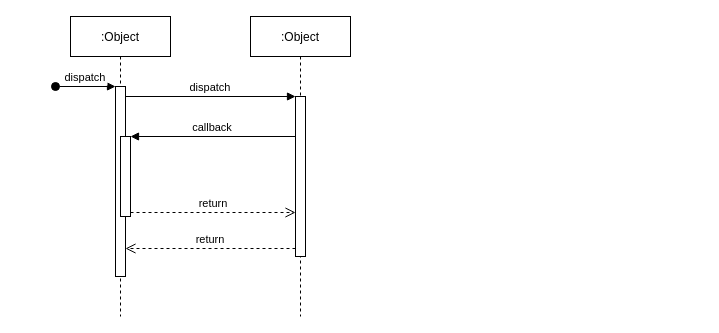
cnhnnyzhy/my-repository keeps this draw.io diagram as webnar-info.drawio. Above is the earlier version. Source tidied: cells renumbered, new cells numbered last; positions are measured from the earlier drawing's top-left corner, leaving out a move shared by most shapes. Both pictures are drawn from the tidied source at 100%, with x=0, y=0 at pixel (55, 16).
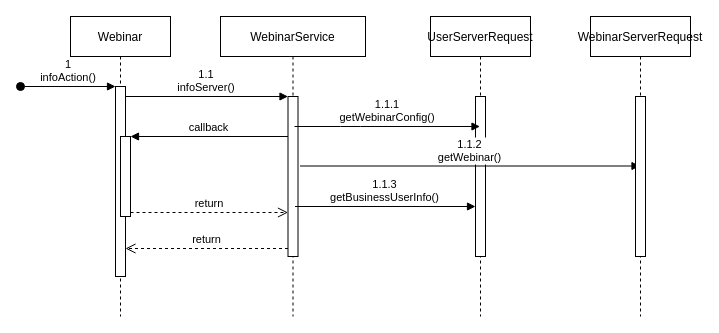
After the change.

Unchanged cells that the change refers to:
```xml
<mxCell id="3" style="points=[];perimeter=orthogonalPerimeter;rounded=0;shadow=0;strokeWidth=1;" parent="2" vertex="1">
  <mxGeometry x="45" y="70" width="10" height="190" as="geometry" />
</mxCell>
```

Change to the diagram source:
```diff
@@
-    <mxCell id="2" value=":Object" style="shape=umlLifeline;perimeter=lifelinePerimeter;rounded=0;shadow=0;strokeWidth=1;" parent="1" vertex="1">
+    <mxCell id="2" value="Webinar" style="shape=umlLifeline;perimeter=lifelinePerimeter;rounded=0;shadow=0;strokeWidth=1;" parent="1" vertex="1">
       <mxGeometry x="15" width="100" height="300" as="geometry" />
     </mxCell>
@@
-    <mxCell id="4" value="dispatch" style="verticalAlign=bottom;startArrow=oval;endArrow=block;startSize=8;shadow=0;strokeWidth=1;" parent="2" edge="1" target="3">
+    <mxCell id="4" value="1&#10;infoAction()" style="verticalAlign=bottom;startArrow=oval;endArrow=block;startSize=8;shadow=0;strokeWidth=1;" parent="2" edge="1" target="3">
       <mxGeometry relative="1" as="geometry">
-        <mxPoint x="-15" y="70" as="sourcePoint" />
+        <mxPoint x="-50" y="70" as="sourcePoint" />
       </mxGeometry>
     </mxCell>
@@
-    <mxCell id="6" value=":Object" style="shape=umlLifeline;perimeter=lifelinePerimeter;rounded=0;shadow=0;strokeWidth=1;" parent="1" vertex="1">
-      <mxGeometry x="195" width="100" height="300" as="geometry" />
+    <mxCell id="6" value="WebinarService" style="shape=umlLifeline;perimeter=lifelinePerimeter;rounded=0;shadow=0;strokeWidth=1;" parent="1" vertex="1">
+      <mxGeometry x="165" width="145" height="300" as="geometry" />
     </mxCell>
     <mxCell id="7" style="points=[];perimeter=orthogonalPerimeter;rounded=0;shadow=0;strokeWidth=1;" parent="6" vertex="1">
-      <mxGeometry x="45" y="80" width="10" height="160" as="geometry" />
+      <mxGeometry x="67.5" y="80" width="10" height="160" as="geometry" />
     </mxCell>
+    <mxCell id="12" value="1.1.3&#10;getBusinessUserInfo()" style="verticalAlign=bottom;endArrow=block;shadow=0;strokeWidth=1;" parent="6" edge="1">
+      <mxGeometry relative="1" as="geometry">
+        <mxPoint x="74.5" y="190" as="sourcePoint" />
+        <mxPoint x="255" y="190" as="targetPoint" />
+        <Array as="points">
+          <mxPoint x="130.5" y="190" />
+        </Array>
+      </mxGeometry>
+    </mxCell>
@@
-    <mxCell id="9" value="dispatch" style="verticalAlign=bottom;endArrow=block;entryX=0;entryY=0;shadow=0;strokeWidth=1;" parent="1" edge="1" source="3" target="7">
+    <mxCell id="9" value="1.1&#10;infoServer()" style="verticalAlign=bottom;endArrow=block;entryX=0;entryY=0;shadow=0;strokeWidth=1;" parent="1" edge="1" source="3" target="7">
       <mxGeometry relative="1" as="geometry" />
     </mxCell>
@@
+    <mxCell id="13" value="UserServerRequest" style="shape=umlLifeline;perimeter=lifelinePerimeter;rounded=0;shadow=0;strokeWidth=1;" parent="1" vertex="1">
+      <mxGeometry x="375" width="100" height="300" as="geometry" />
+    </mxCell>
+    <mxCell id="14" style="perimeter=orthogonalPerimeter;rounded=0;shadow=0;strokeWidth=1;" parent="13" vertex="1">
+      <mxGeometry x="45" y="80" width="10" height="160" as="geometry" />
+    </mxCell>
+    <mxCell id="15" value="1.1.2&#10;getWebinar()" style="verticalAlign=bottom;endArrow=block;shadow=0;strokeWidth=1;" parent="13" edge="1" target="17">
+      <mxGeometry relative="1" as="geometry">
+        <mxPoint x="-130.5" y="149.5" as="sourcePoint" />
+      </mxGeometry>
+    </mxCell>
+    <mxCell id="16" value="1.1.1&#10;getWebinarConfig()" style="verticalAlign=bottom;endArrow=block;shadow=0;strokeWidth=1;" parent="1" edge="1" target="13">
+      <mxGeometry relative="1" as="geometry">
+        <mxPoint x="239" y="110" as="sourcePoint" />
+        <Array as="points">
+          <mxPoint x="295" y="110" />
+        </Array>
+      </mxGeometry>
+    </mxCell>
+    <mxCell id="17" value="WebinarServerRequest" style="shape=umlLifeline;perimeter=lifelinePerimeter;rounded=0;shadow=0;strokeWidth=1;" parent="1" vertex="1">
+      <mxGeometry x="535" width="100" height="300" as="geometry" />
+    </mxCell>
+    <mxCell id="18" style="perimeter=orthogonalPerimeter;rounded=0;shadow=0;strokeWidth=1;" parent="17" vertex="1">
+      <mxGeometry x="45" y="80" width="10" height="160" as="geometry" />
+    </mxCell>
```
